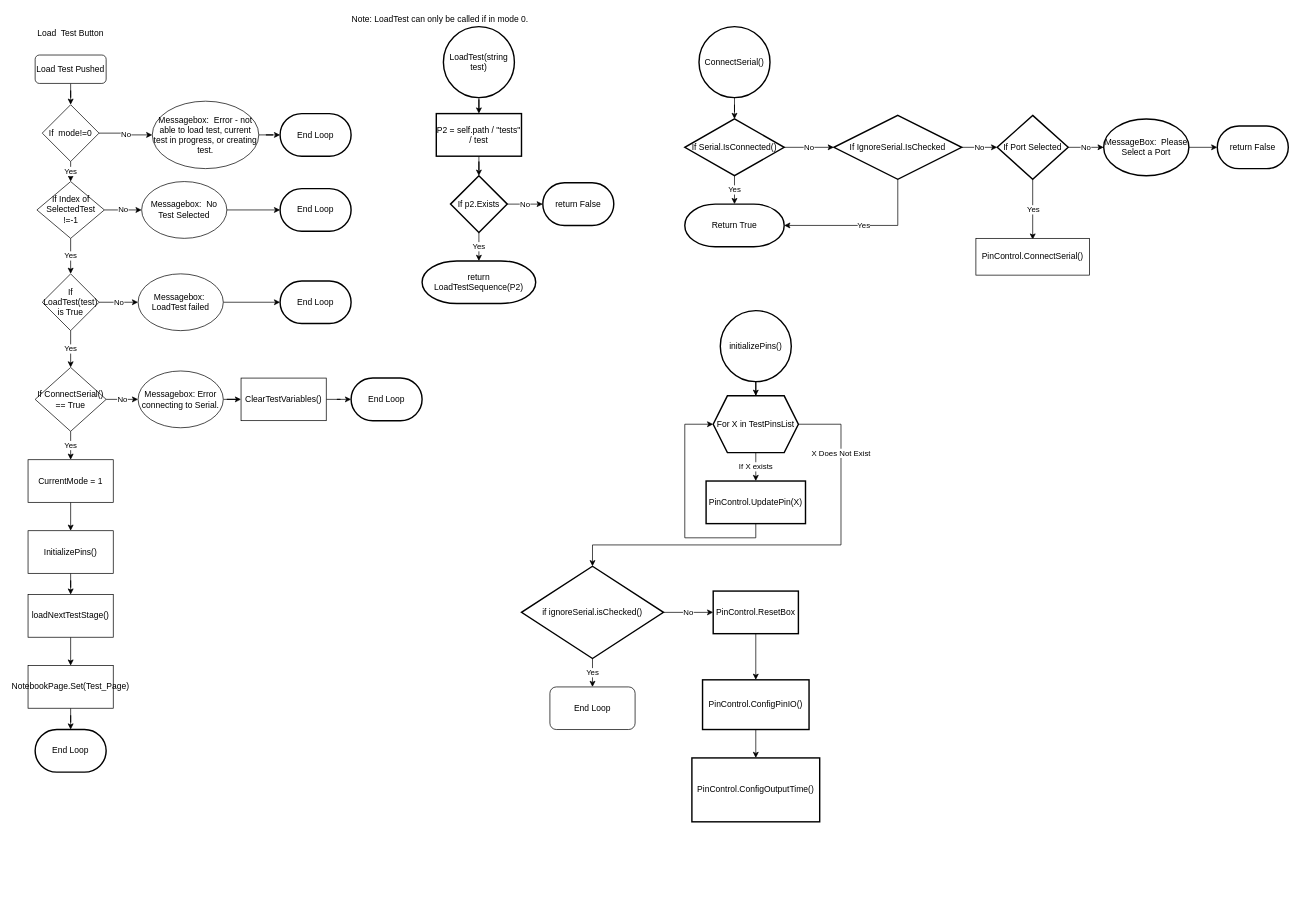
Before: page "Load_Test_Button" (1 of 4) of Computer_App/Load_Test_Tab.drawio in calebschmurr/AUNA_Test_Box, a draw.io diagram. Source tidied: cells renumbered, new cells numbered last; positions are measured from the earlier drawing's top-left corner, leaving out a move shared by most shapes. Both pictures are drawn from the tidied source at 71%, with x=0, y=0 at pixel (28, 12).
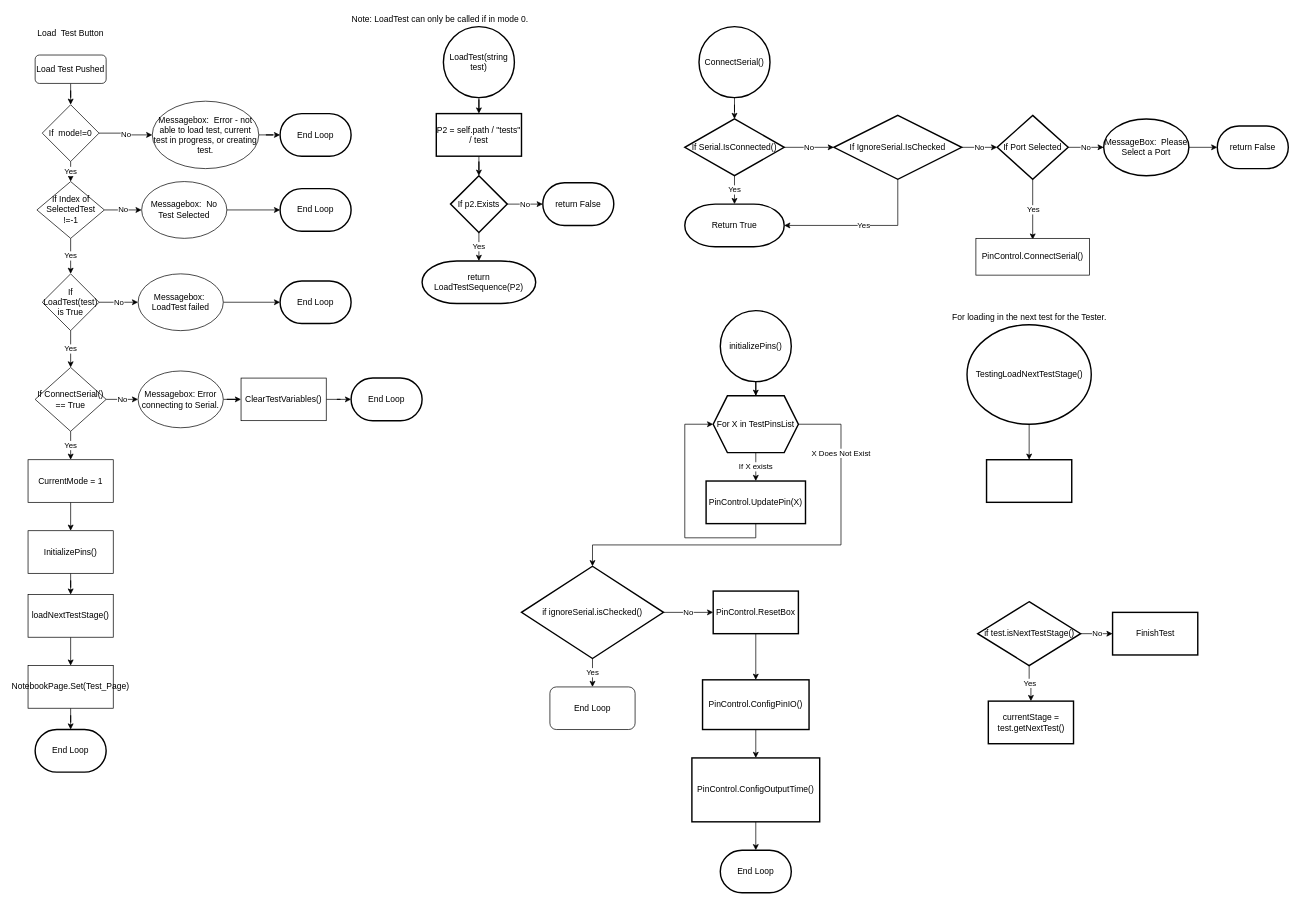
The same page after the edit.

Unchanged cells that the change refers to:
```xml
<mxCell id="81" value="PinControl.ConfigOutputTime()" style="whiteSpace=wrap;html=1;strokeWidth=2;" parent="1" vertex="1">
  <mxGeometry x="935" y="1050" width="180" height="90" as="geometry" />
</mxCell>
```

The edit, as a diff of the source:
```diff
@@
+    <mxCell id="82" style="edgeStyle=orthogonalEdgeStyle;rounded=0;jettySize=auto;html=1;" parent="1" edge="1" source="81" target="83">
+      <mxGeometry relative="1" as="geometry" />
+    </mxCell>
@@
+    <mxCell id="83" value="End Loop" style="strokeWidth=2;html=1;shape=mxgraph.flowchart.terminator;whiteSpace=wrap;" parent="1" vertex="1">
+      <mxGeometry x="975" y="1180" width="100" height="60" as="geometry" />
+    </mxCell>
+    <mxCell id="84" style="edgeStyle=orthogonalEdgeStyle;rounded=0;jettySize=auto;html=1;" parent="1" edge="1" source="85" target="92">
+      <mxGeometry relative="1" as="geometry" />
+    </mxCell>
+    <mxCell id="85" value="TestingLoadNextTestStage()" style="strokeWidth=2;html=1;shape=mxgraph.flowchart.start_2;whiteSpace=wrap;" parent="1" vertex="1">
+      <mxGeometry x="1322.5" y="440" width="175" height="140" as="geometry" />
+    </mxCell>
+    <mxCell id="86" value="currentStage = test.getNextTest()" style="whiteSpace=wrap;html=1;strokeWidth=2;" parent="1" vertex="1">
+      <mxGeometry x="1352.5" y="970" width="120" height="60" as="geometry" />
+    </mxCell>
+    <mxCell id="87" value="For loading in the next test for the Tester." style="text;html=1;align=center;verticalAlign=middle;" parent="1" vertex="1">
+      <mxGeometry x="1295" y="420" width="230" height="20" as="geometry" />
+    </mxCell>
+    <mxCell id="88" value="Yes" style="edgeStyle=orthogonalEdgeStyle;rounded=0;jettySize=auto;html=1;entryX=0.5;entryY=0;entryDx=0;entryDy=0;" parent="1" edge="1" source="90" target="86">
+      <mxGeometry relative="1" as="geometry" />
+    </mxCell>
+    <mxCell id="89" value="No" style="edgeStyle=orthogonalEdgeStyle;rounded=0;jettySize=auto;html=1;" parent="1" edge="1" source="90" target="91">
+      <mxGeometry relative="1" as="geometry" />
+    </mxCell>
+    <mxCell id="90" value="if test.isNextTestStage()" style="rhombus;whiteSpace=wrap;html=1;strokeWidth=2;" parent="1" vertex="1">
+      <mxGeometry x="1337.5" y="830" width="145" height="90" as="geometry" />
+    </mxCell>
+    <mxCell id="91" value="FinishTest" style="whiteSpace=wrap;html=1;strokeWidth=2;" parent="1" vertex="1">
+      <mxGeometry x="1527.5" y="845" width="120" height="60" as="geometry" />
+    </mxCell>
+    <mxCell id="92" style="whiteSpace=wrap;html=1;strokeWidth=2;" parent="1" vertex="1">
+      <mxGeometry x="1350" y="630" width="120" height="60" as="geometry" />
+    </mxCell>
```
